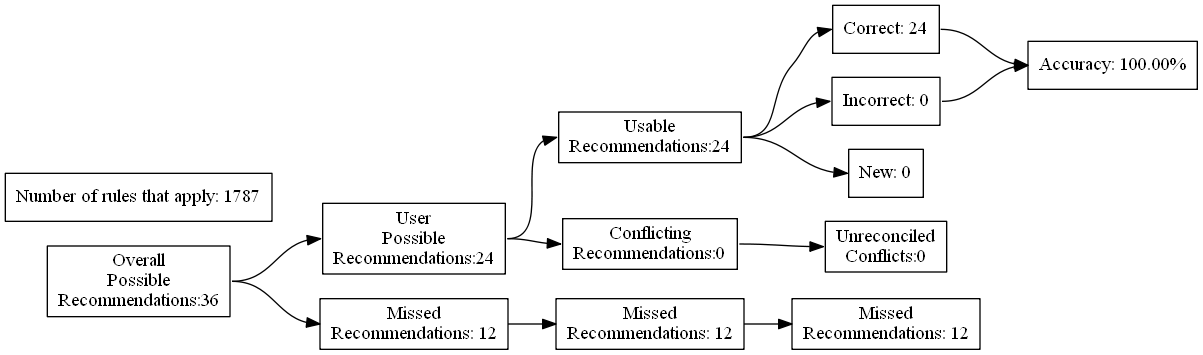
ZaxR/ibd_diet_analysis keeps this Graphviz diagram as test_renders/44.gv.png. Above is the earlier version. Its source is kept beside it as test_renders/44.gv.
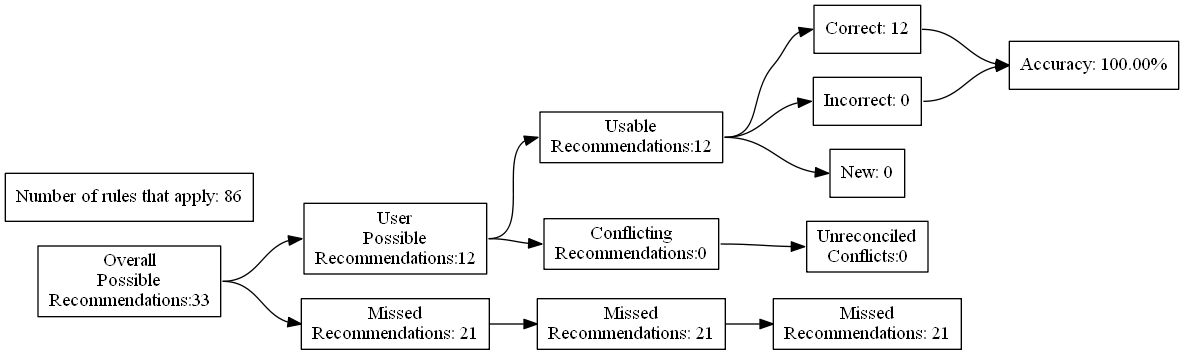
Later version of the same file.

What changed in the source:
```diff
@@ -4,27 +4,27 @@
 	edge [headport=w tailport=e]
 		A [label="Overall
 Possible
-Recommendations:36"]
+Recommendations:33"]
 		B [label="User
 Possible
-Recommendations:24"]
+Recommendations:12"]
 		C [label="Missed
-Recommendations: 12"]
+Recommendations: 21"]
 		D [label="Usable
-Recommendations:24"]
+Recommendations:12"]
 		E [label="Conflicting
 Recommendations:0"]
 		J [label="Missed
-Recommendations: 12"]
+Recommendations: 21"]
 		M [label="Unreconciled
 Conflicts:0"]
-		F [label="Correct: 24"]
+		F [label="Correct: 12"]
 		G [label="Incorrect: 0"]
 		H [label="New: 0"]
 		K [label="Missed
-Recommendations: 12"]
+Recommendations: 21"]
 		I [label="Accuracy: 100.00%"]
-		l [label="Number of rules that apply: 1787"]
+		l [label="Number of rules that apply: 86"]
 			A -> B
 			A -> C
 			B -> D
```
